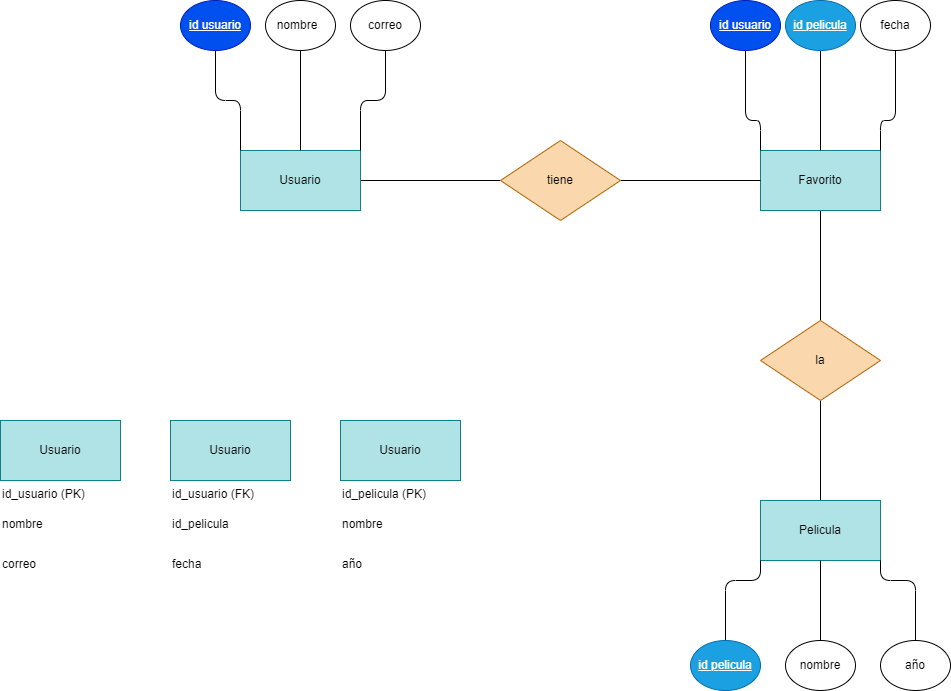
WhiteCascade/BAE keeps this draw.io diagram as Tareas/Unidad2/ejercicio2.6.drawio.png. Above is the earlier version. Source tidied: cells renumbered, new cells last; positions are measured from the earlier drawing's top-left corner, leaving out a move shared by most shapes.
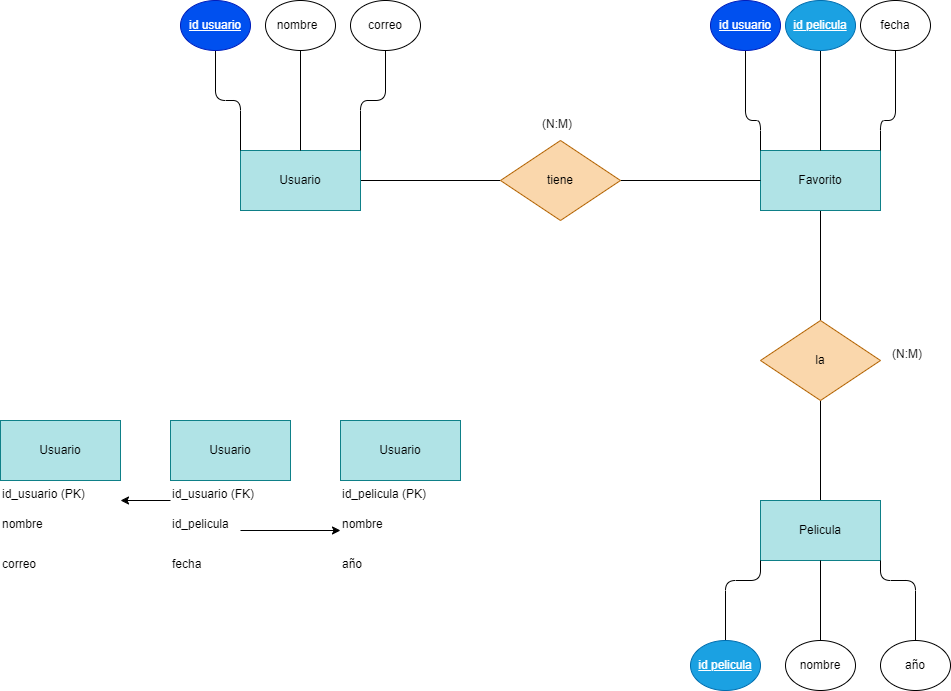
The same diagram one commit later.

Change to the diagram source:
```diff
@@ -125,6 +125,9 @@
     <mxCell id="32" value="id_usuario (PK)" style="text;whiteSpace=wrap;html=1;" parent="1" vertex="1">
       <mxGeometry y="480" width="120" height="40" as="geometry" />
     </mxCell>
+    <mxCell id="41" style="edgeStyle=none;html=1;endArrow=classic;endFill=1;" parent="1" edge="1" source="33" target="32">
+      <mxGeometry relative="1" as="geometry" />
+    </mxCell>
     <mxCell id="33" value="id_usuario (FK)" style="text;whiteSpace=wrap;html=1;" parent="1" vertex="1">
       <mxGeometry x="170" y="480" width="120" height="40" as="geometry" />
     </mxCell>
@@ -137,6 +140,9 @@
     <mxCell id="36" value="correo" style="text;whiteSpace=wrap;html=1;" parent="1" vertex="1">
       <mxGeometry y="550" width="70" height="40" as="geometry" />
     </mxCell>
+    <mxCell id="42" style="edgeStyle=none;html=1;endArrow=classic;endFill=1;" parent="1" edge="1" source="37" target="39">
+      <mxGeometry relative="1" as="geometry" />
+    </mxCell>
     <mxCell id="37" value="id_pelicula" style="text;whiteSpace=wrap;html=1;" parent="1" vertex="1">
       <mxGeometry x="170" y="510" width="70" height="40" as="geometry" />
     </mxCell>
@@ -149,5 +155,11 @@
     <mxCell id="40" value="año" style="text;whiteSpace=wrap;html=1;" parent="1" vertex="1">
       <mxGeometry x="340" y="550" width="70" height="40" as="geometry" />
     </mxCell>
+    <mxCell id="43" value="(N:M)" style="text;whiteSpace=wrap;html=1;" parent="1" vertex="1">
+      <mxGeometry x="890" y="340" width="60" height="40" as="geometry" />
+    </mxCell>
+    <mxCell id="44" value="(N:M)" style="text;whiteSpace=wrap;html=1;" parent="1" vertex="1">
+      <mxGeometry x="540" y="110" width="60" height="40" as="geometry" />
+    </mxCell>
   </root>
 </mxGraphModel>
```
